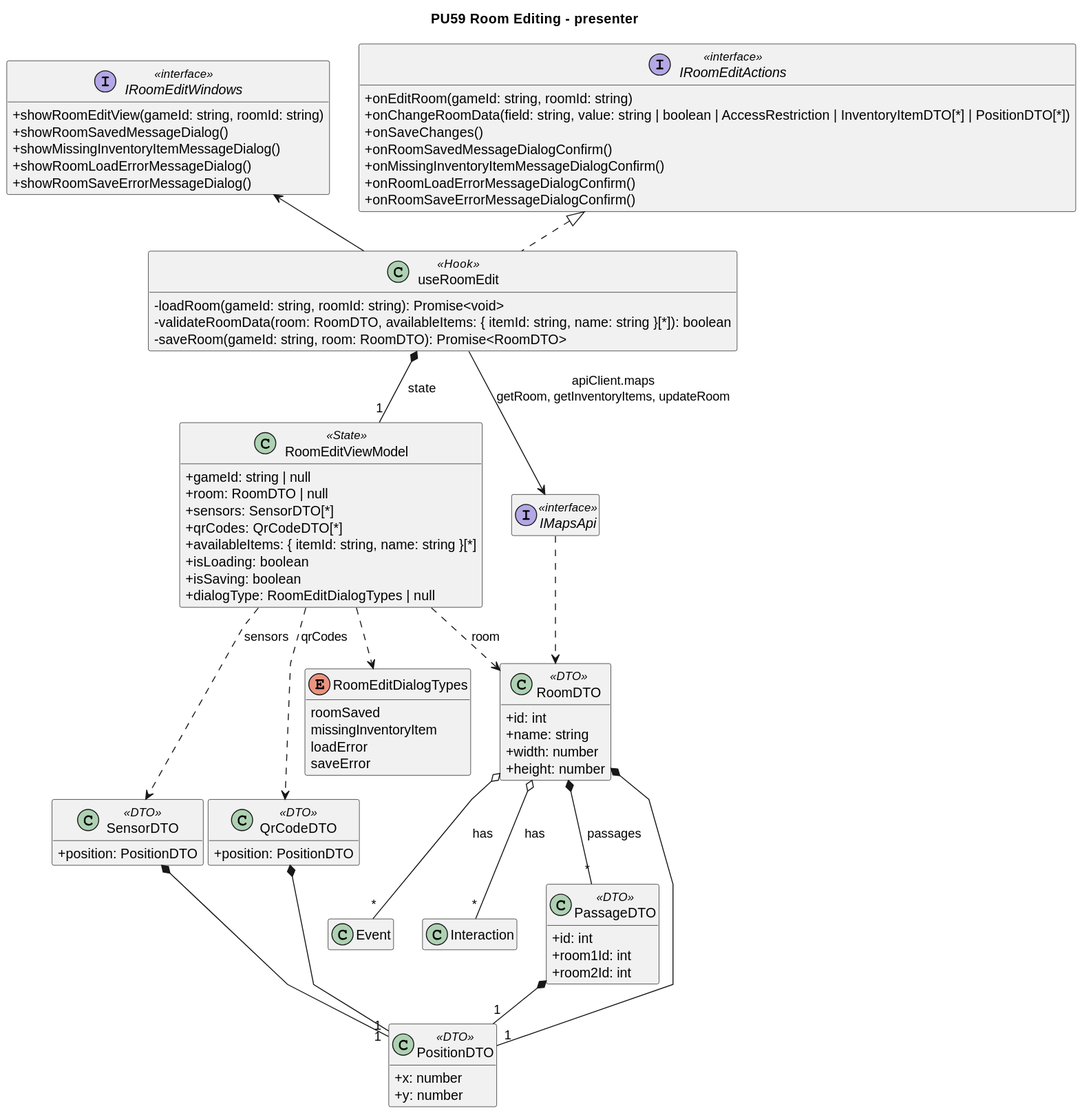
The PlantUML diagram diagrams/frontend/rendered/room-edit-presenter.svg in Igor-Ochocki/POP-2026Z, before a commit.
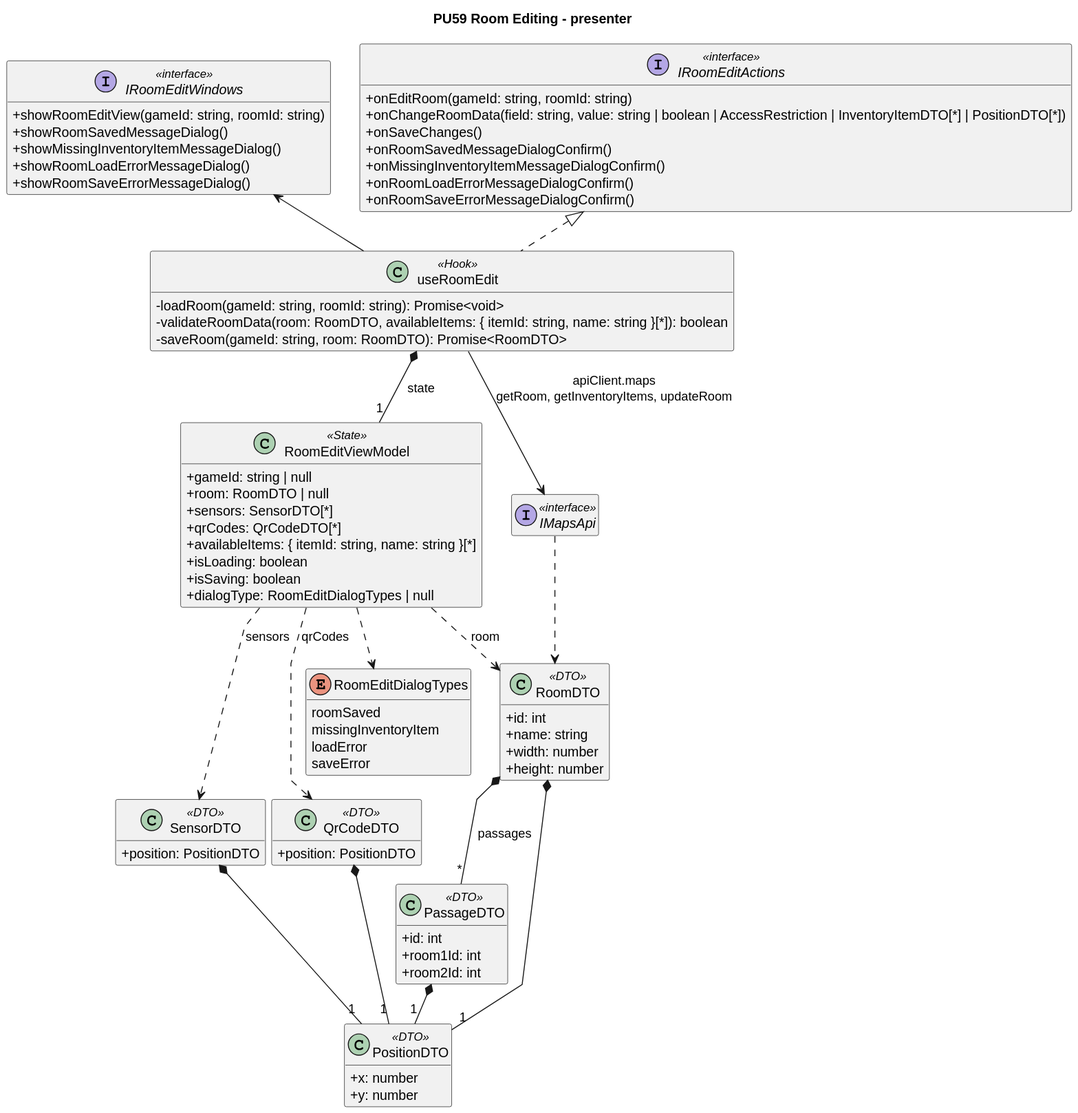
After the commit.

What changed in the source:
```diff
@@ -94,10 +94,4 @@
 PassageDTO *-- "1" PositionDTO
 SensorDTO *-- "1" PositionDTO
 QrCodeDTO *-- "1" PositionDTO
-
-class Event
-class Interaction
-
-RoomDTO o-- "*" Event : has
-RoomDTO o-- "*" Interaction : has
 @enduml
```
